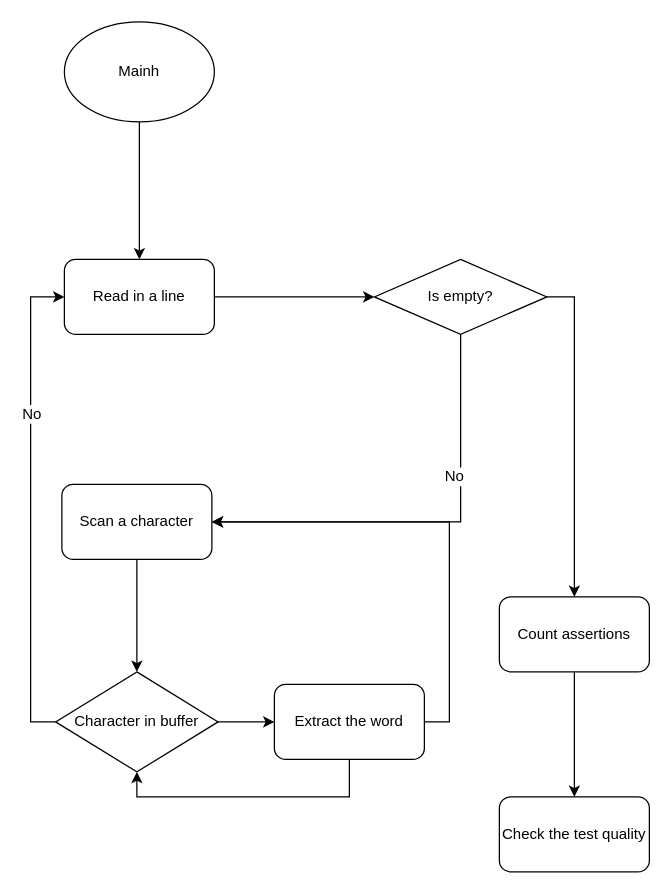
This is Final Year Project.drawio from lukeyuan31/SoftwareEngineeringPics, a draw.io file, before an edit. Source tidied: cells renumbered, new cells numbered last; positions are measured from the earlier drawing's top-left corner, leaving out a move shared by most shapes. Both pictures are drawn from the tidied source at 125%, with x=0, y=0 at pixel (55, 21).
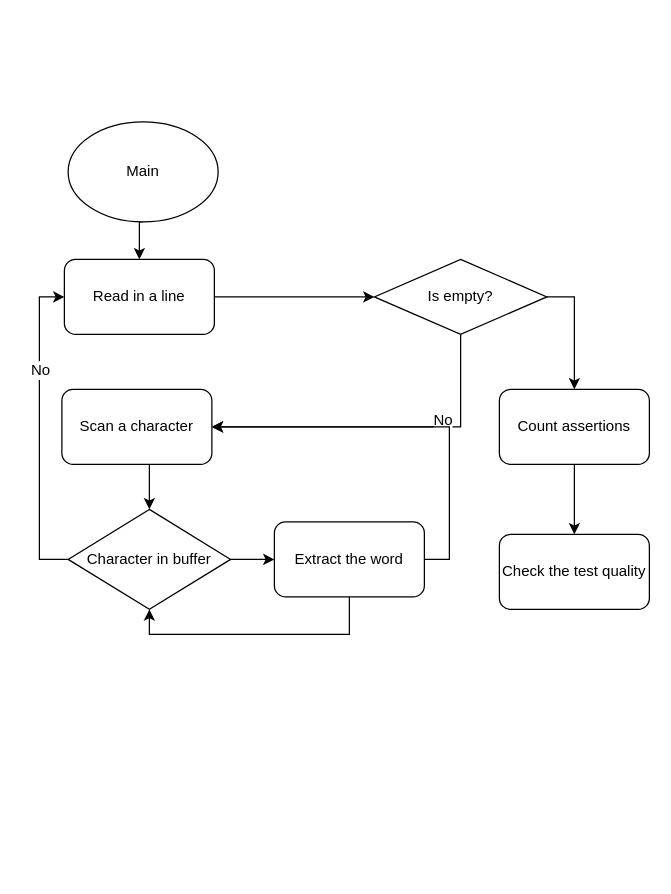
The same page after the edit.

Diff of the diagram source:
```diff
@@
-    <mxCell id="3" value="Mainh" style="ellipse;whiteSpace=wrap;html=1;" parent="1" vertex="1">
-      <mxGeometry x="7" width="120" height="80" as="geometry" />
+    <mxCell id="3" value="Main" style="ellipse;whiteSpace=wrap;html=1;" parent="1" vertex="1">
+      <mxGeometry x="10" y="80" width="120" height="80" as="geometry" />
     </mxCell>
@@
     <mxCell id="11" value="Scan a character" style="rounded=1;whiteSpace=wrap;html=1;" parent="1" vertex="1">
-      <mxGeometry x="5" y="370" width="120" height="60" as="geometry" />
+      <mxGeometry x="5" y="294" width="120" height="60" as="geometry" />
     </mxCell>
@@
     <mxCell id="15" value="Character in buffer" style="rhombus;whiteSpace=wrap;html=1;" parent="1" vertex="1">
-      <mxGeometry y="520" width="130" height="80" as="geometry" />
+      <mxGeometry x="10" y="390" width="130" height="80" as="geometry" />
     </mxCell>
@@
     <mxCell id="18" value="Extract the word" style="rounded=1;whiteSpace=wrap;html=1;" parent="1" vertex="1">
-      <mxGeometry x="175" y="530" width="120" height="60" as="geometry" />
+      <mxGeometry x="175" y="400" width="120" height="60" as="geometry" />
     </mxCell>
@@
     <mxCell id="20" value="Count assertions" style="rounded=1;whiteSpace=wrap;html=1;" parent="1" vertex="1">
-      <mxGeometry x="355" y="460" width="120" height="60" as="geometry" />
+      <mxGeometry x="355" y="294" width="120" height="60" as="geometry" />
     </mxCell>
     <mxCell id="21" value="Check the test quality" style="rounded=1;whiteSpace=wrap;html=1;" parent="1" vertex="1">
-      <mxGeometry x="355" y="620" width="120" height="60" as="geometry" />
+      <mxGeometry x="355" y="410" width="120" height="60" as="geometry" />
     </mxCell>
```
